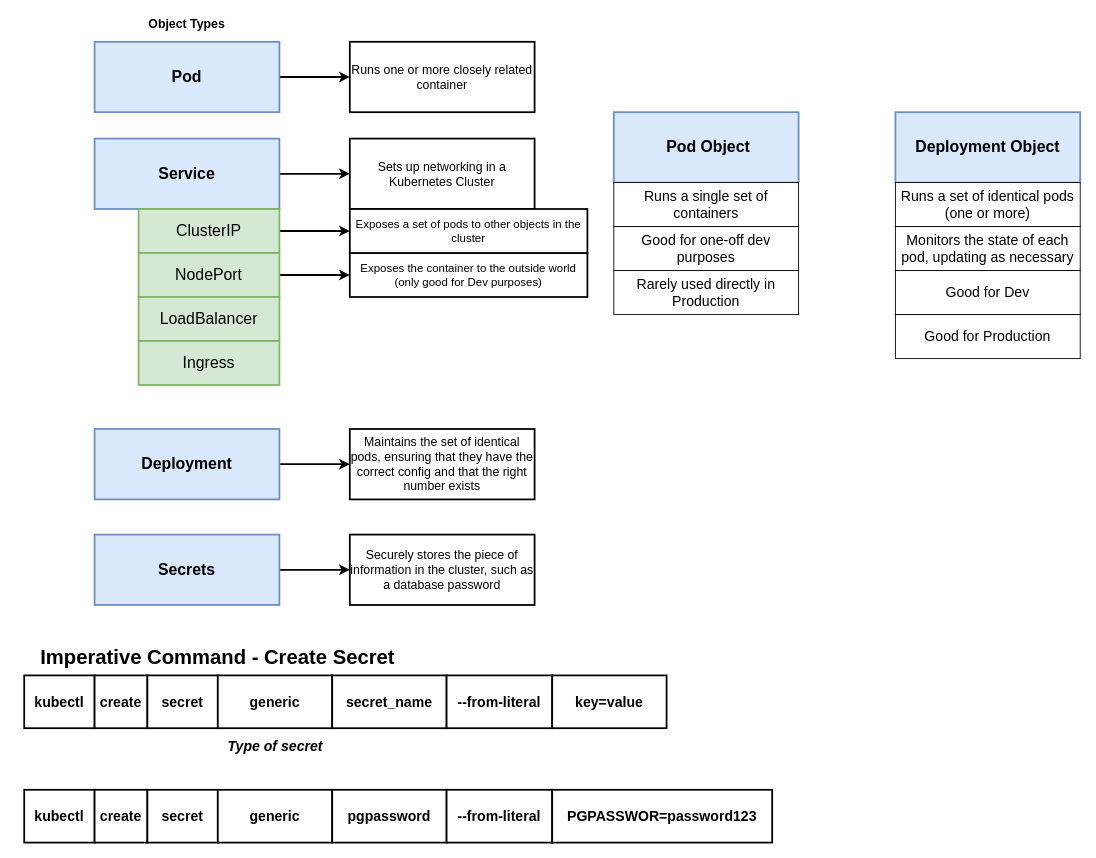
The draw.io diagram page "Pods_Services" (6 of 11) of kubernetes/Kubernetes_Cluster.drawio in micheal08/mylearningdata, before the edit. Source tidied: cells renumbered, new cells numbered last; positions are measured from the earlier drawing's top-left corner, leaving out a move shared by most shapes. Both pictures are drawn from the tidied source at 88%, with x=0, y=0 at pixel (15, 15).
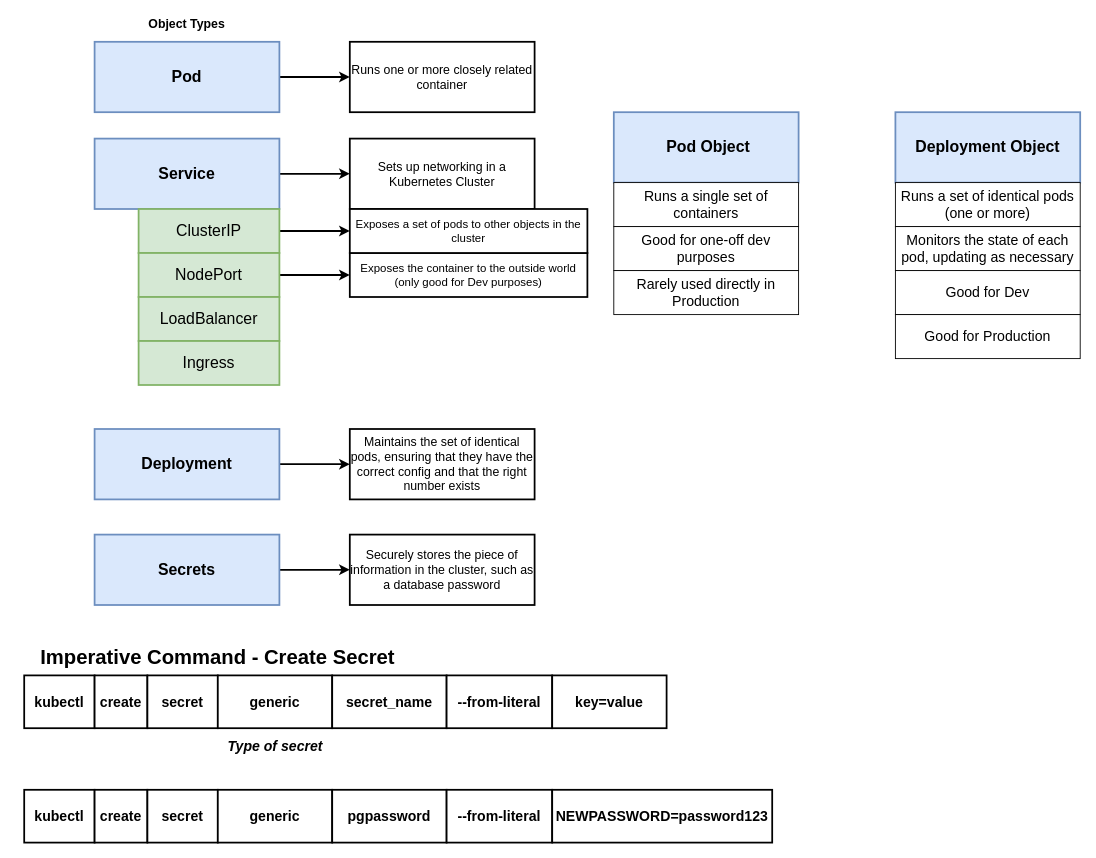
The same page after the edit.

The edit, as a diff of the source:
```diff
@@
-    <mxCell id="47" value="PGPASSWOR=password123" style="rounded=0;whiteSpace=wrap;html=1;strokeWidth=2;fontSize=16;fontStyle=1;" parent="1" vertex="1">
+    <mxCell id="47" value="NEWPASSWORD=password123" style="rounded=0;whiteSpace=wrap;html=1;strokeWidth=2;fontSize=16;fontStyle=1;" parent="1" vertex="1">
       <mxGeometry x="610" y="880" width="250" height="60" as="geometry" />
     </mxCell>
```
